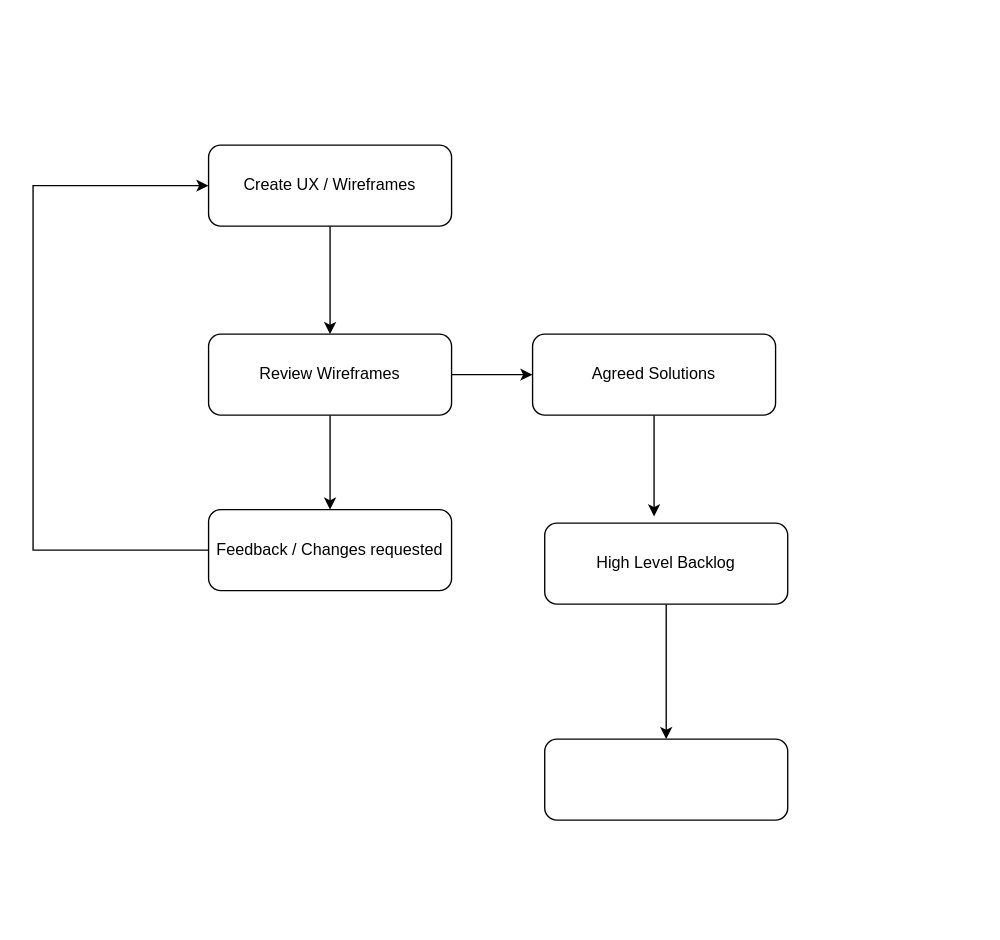
The draw.io diagram Explore TidyUp Work.drawio in AmolSJawalkar/DrawIO, before the edit. Source tidied: cells renumbered, new cells numbered last; positions are measured from the earlier drawing's top-left corner, leaving out a move shared by most shapes. Both pictures are drawn from the tidied source at 135%, with x=0, y=0 at pixel (32, 144).
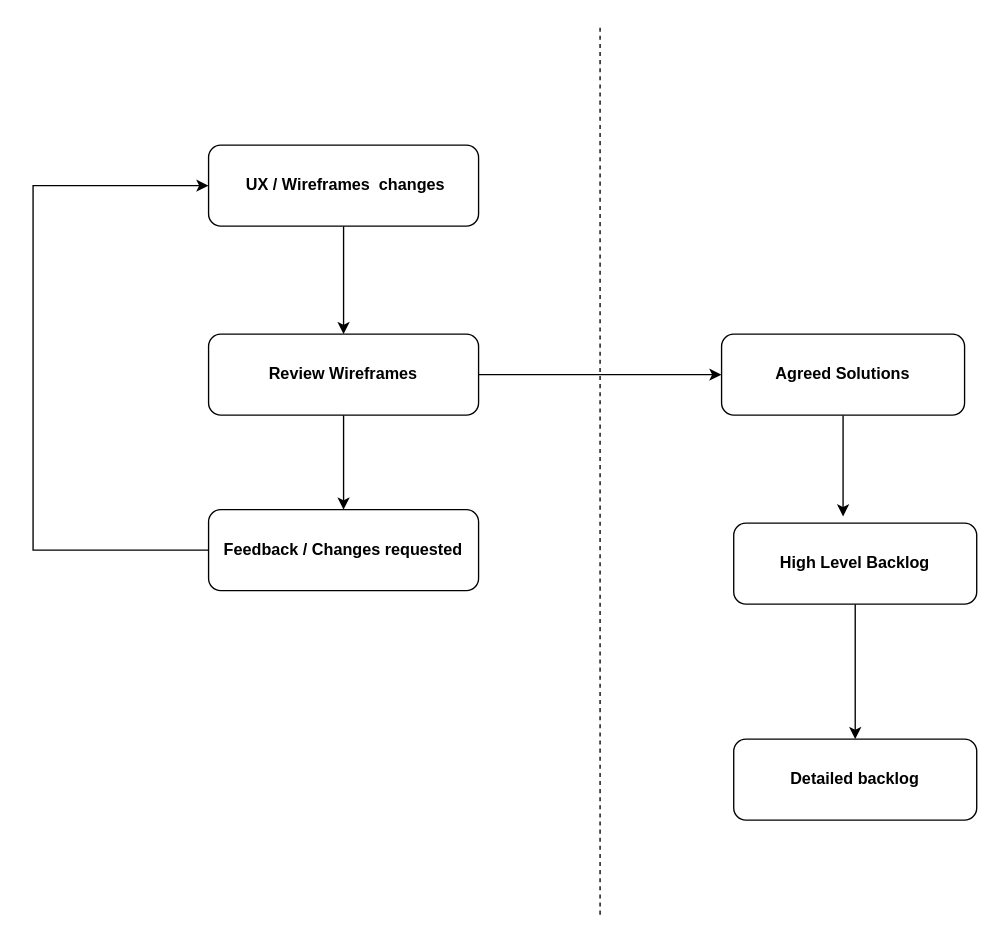
The same page after the edit.

Change to the diagram source:
```diff
@@
 <mxGraphModel>
   <root>
     <mxCell id="0" />
     <mxCell id="1" parent="0" />
-    <mxCell id="2" style="edgeStyle=orthogonalEdgeStyle;rounded=0;jettySize=auto;html=1;entryX=0.5;entryY=0;entryDx=0;entryDy=0;" parent="1" edge="1" source="3" target="6">
+    <mxCell id="2" style="edgeStyle=orthogonalEdgeStyle;rounded=0;jettySize=auto;html=1;entryX=0.5;entryY=0;entryDx=0;entryDy=0;fontStyle=1;" parent="1" edge="1" source="3" target="6">
       <mxGeometry relative="1" as="geometry" />
     </mxCell>
-    <mxCell id="3" value="Create UX / Wireframes" style="rounded=1;whiteSpace=wrap;html=1;" parent="1" vertex="1">
-      <mxGeometry x="130" width="180" height="60" as="geometry" />
+    <mxCell id="3" value="&amp;nbsp;UX / Wireframes&amp;nbsp; changes" style="rounded=1;whiteSpace=wrap;html=1;fontStyle=1;" parent="1" vertex="1">
+      <mxGeometry x="130" width="200" height="60" as="geometry" />
     </mxCell>
-    <mxCell id="4" style="edgeStyle=orthogonalEdgeStyle;rounded=0;jettySize=auto;html=1;" parent="1" edge="1" source="6" target="10">
+    <mxCell id="4" style="edgeStyle=orthogonalEdgeStyle;rounded=0;jettySize=auto;html=1;fontStyle=1;" parent="1" edge="1" source="6" target="10">
       <mxGeometry relative="1" as="geometry" />
     </mxCell>
-    <mxCell id="5" style="edgeStyle=orthogonalEdgeStyle;rounded=0;jettySize=auto;html=1;" parent="1" edge="1" source="6" target="8">
+    <mxCell id="5" style="edgeStyle=orthogonalEdgeStyle;rounded=0;jettySize=auto;html=1;fontStyle=1;" parent="1" edge="1" source="6" target="8">
       <mxGeometry relative="1" as="geometry" />
     </mxCell>
-    <mxCell id="6" value="Review Wireframes" style="rounded=1;whiteSpace=wrap;html=1;" parent="1" vertex="1">
-      <mxGeometry x="130" y="140" width="180" height="60" as="geometry" />
+    <mxCell id="6" value="Review Wireframes" style="rounded=1;whiteSpace=wrap;html=1;fontStyle=1;" parent="1" vertex="1">
+      <mxGeometry x="130" y="140" width="200" height="60" as="geometry" />
     </mxCell>
-    <mxCell id="7" style="edgeStyle=orthogonalEdgeStyle;rounded=0;jettySize=auto;html=1;entryX=0;entryY=0.5;entryDx=0;entryDy=0;" parent="1" edge="1" source="8" target="3">
+    <mxCell id="7" style="edgeStyle=orthogonalEdgeStyle;rounded=0;jettySize=auto;html=1;entryX=0;entryY=0.5;entryDx=0;entryDy=0;fontStyle=1;" parent="1" edge="1" source="8" target="3">
       <mxGeometry relative="1" as="geometry">
         <Array as="points">
           <mxPoint y="300" />
           <mxPoint y="30" />
         </Array>
       </mxGeometry>
     </mxCell>
-    <mxCell id="8" value="Feedback / Changes requested" style="rounded=1;whiteSpace=wrap;html=1;" parent="1" vertex="1">
-      <mxGeometry x="130" y="270" width="180" height="60" as="geometry" />
+    <mxCell id="8" value="Feedback / Changes requested" style="rounded=1;whiteSpace=wrap;html=1;fontStyle=1;" parent="1" vertex="1">
+      <mxGeometry x="130" y="270" width="200" height="60" as="geometry" />
     </mxCell>
-    <mxCell id="9" style="edgeStyle=orthogonalEdgeStyle;rounded=0;jettySize=auto;html=1;entryX=0.45;entryY=-0.083;entryDx=0;entryDy=0;entryPerimeter=0;" parent="1" edge="1" source="10" target="12">
+    <mxCell id="9" style="edgeStyle=orthogonalEdgeStyle;rounded=0;jettySize=auto;html=1;entryX=0.45;entryY=-0.083;entryDx=0;entryDy=0;entryPerimeter=0;fontStyle=1;" parent="1" edge="1" source="10" target="12">
       <mxGeometry relative="1" as="geometry" />
     </mxCell>
-    <mxCell id="10" value="Agreed Solutions" style="rounded=1;whiteSpace=wrap;html=1;" parent="1" vertex="1">
-      <mxGeometry x="370" y="140" width="180" height="60" as="geometry" />
+    <mxCell id="10" value="Agreed Solutions" style="rounded=1;whiteSpace=wrap;html=1;fontStyle=1;" parent="1" vertex="1">
+      <mxGeometry x="510" y="140" width="180" height="60" as="geometry" />
     </mxCell>
-    <mxCell id="11" style="edgeStyle=orthogonalEdgeStyle;rounded=0;jettySize=auto;html=1;" parent="1" edge="1" source="12" target="13">
+    <mxCell id="11" style="edgeStyle=orthogonalEdgeStyle;rounded=0;jettySize=auto;html=1;fontStyle=1;" parent="1" edge="1" source="12" target="13">
       <mxGeometry relative="1" as="geometry" />
     </mxCell>
-    <mxCell id="12" value="High Level Backlog" style="rounded=1;whiteSpace=wrap;html=1;" parent="1" vertex="1">
-      <mxGeometry x="379" y="280" width="180" height="60" as="geometry" />
+    <mxCell id="12" value="High Level Backlog" style="rounded=1;whiteSpace=wrap;html=1;fontStyle=1;" parent="1" vertex="1">
+      <mxGeometry x="519" y="280" width="180" height="60" as="geometry" />
     </mxCell>
-    <mxCell id="13" style="rounded=1;whiteSpace=wrap;html=1;" parent="1" vertex="1">
-      <mxGeometry x="379" y="440" width="180" height="60" as="geometry" />
+    <mxCell id="13" value="Detailed backlog" style="rounded=1;whiteSpace=wrap;html=1;fontStyle=1;" parent="1" vertex="1">
+      <mxGeometry x="519" y="440" width="180" height="60" as="geometry" />
     </mxCell>
+    <mxCell id="14" style="endArrow=none;dashed=1;html=1;rounded=0;" parent="1" edge="1">
+      <mxGeometry relative="1" as="geometry">
+        <mxPoint x="420" y="570" as="sourcePoint" />
+        <mxPoint x="420" y="-90" as="targetPoint" />
+      </mxGeometry>
+    </mxCell>
   </root>
 </mxGraphModel>
```
